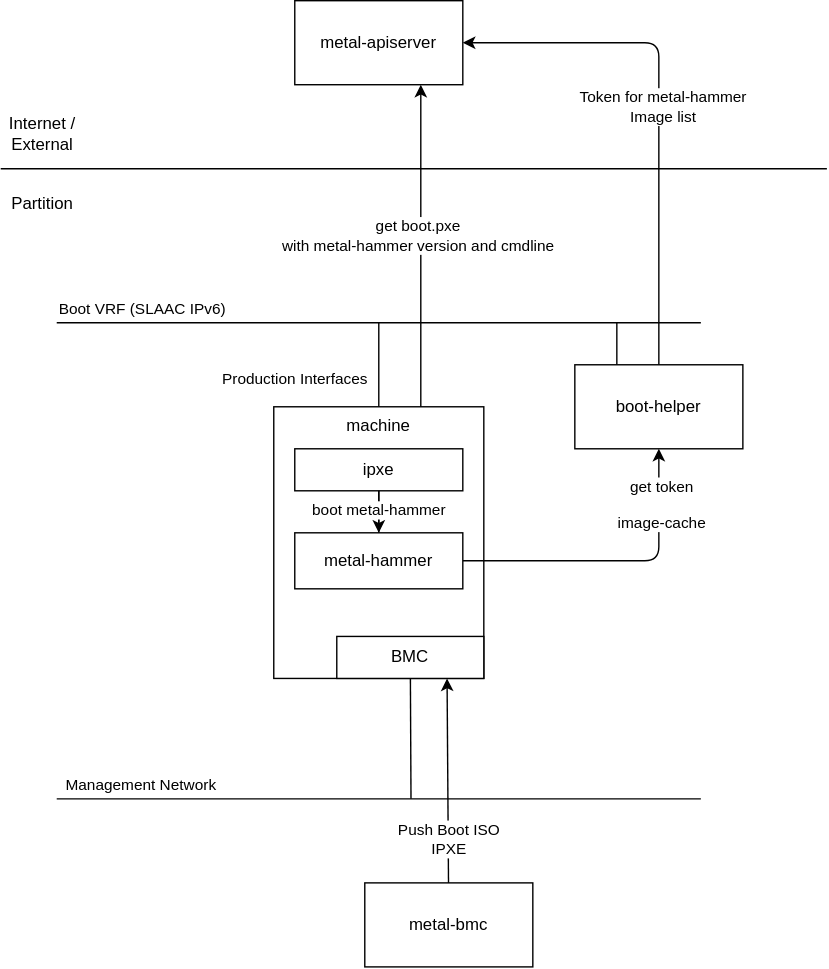
The draw.io diagram community/04-Proposals/MEP20/layer-3-logical.drawio.svg in metal-stack/website, before a commit. Source tidied: cells renumbered, new cells last; positions are measured from the earlier drawing's top-left corner, leaving out a move shared by most shapes. Source of this version:
```xml
<mxGraphModel>
  <root>
    <mxCell id="0" />
    <mxCell id="1" parent="0" />
    <mxCell id="2" style="endArrow=none;html=1;" parent="1" edge="1">
      <mxGeometry relative="1" as="geometry">
        <mxPoint y="120" as="sourcePoint" />
        <mxPoint x="590" y="120" as="targetPoint" />
      </mxGeometry>
    </mxCell>
    <mxCell id="3" value="metal-apiserver" style="rounded=0;whiteSpace=wrap;html=1;" parent="1" vertex="1">
      <mxGeometry x="210" width="120" height="60" as="geometry" />
    </mxCell>
    <mxCell id="4" value="Internet / External" style="text;html=1;align=center;verticalAlign=middle;whiteSpace=wrap;rounded=0;" parent="1" vertex="1">
      <mxGeometry y="80" width="60" height="30" as="geometry" />
    </mxCell>
    <mxCell id="5" value="Partition" style="text;html=1;align=center;verticalAlign=middle;whiteSpace=wrap;rounded=0;" parent="1" vertex="1">
      <mxGeometry y="130" width="60" height="30" as="geometry" />
    </mxCell>
    <mxCell id="6" style="endArrow=none;html=1;" parent="1" edge="1">
      <mxGeometry relative="1" as="geometry">
        <mxPoint x="40" y="230" as="sourcePoint" />
        <mxPoint x="500" y="230" as="targetPoint" />
      </mxGeometry>
    </mxCell>
    <mxCell id="7" value="Boot VRF (SLAAC IPv6)" style="edgeLabel;html=1;align=center;verticalAlign=middle;" parent="6" vertex="1">
      <mxGeometry x="-0.94" y="-1" relative="1" as="geometry">
        <mxPoint x="47" y="-11" as="offset" />
      </mxGeometry>
    </mxCell>
    <mxCell id="8" style="endArrow=none;html=1;" parent="1" edge="1">
      <mxGeometry relative="1" as="geometry">
        <mxPoint x="40" y="570" as="sourcePoint" />
        <mxPoint x="500" y="570" as="targetPoint" />
      </mxGeometry>
    </mxCell>
    <mxCell id="9" value="Management Network" style="edgeLabel;html=1;align=center;verticalAlign=middle;" parent="8" vertex="1">
      <mxGeometry x="-0.78" y="1" relative="1" as="geometry">
        <mxPoint x="10" y="-9" as="offset" />
      </mxGeometry>
    </mxCell>
    <mxCell id="10" style="edgeStyle=none;html=1;entryX=0.75;entryY=1;entryDx=0;entryDy=0;" parent="1" edge="1" source="12" target="23">
      <mxGeometry relative="1" as="geometry" />
    </mxCell>
    <mxCell id="11" value="Push Boot ISO&lt;div&gt;IPXE&lt;/div&gt;" style="edgeLabel;html=1;align=center;verticalAlign=middle;" parent="10" vertex="1">
      <mxGeometry x="-0.56" relative="1" as="geometry" />
    </mxCell>
    <mxCell id="12" value="metal-bmc" style="rounded=0;whiteSpace=wrap;html=1;" parent="1" vertex="1">
      <mxGeometry x="260" y="630" width="120" height="60" as="geometry" />
    </mxCell>
    <mxCell id="13" style="edgeStyle=none;html=1;entryX=1;entryY=0.5;entryDx=0;entryDy=0;" parent="1" edge="1" source="16" target="3">
      <mxGeometry relative="1" as="geometry">
        <Array as="points">
          <mxPoint x="470" y="30" />
        </Array>
      </mxGeometry>
    </mxCell>
    <mxCell id="14" value="Token for metal-hammer&lt;div&gt;Image list&lt;/div&gt;" style="edgeLabel;html=1;align=center;verticalAlign=middle;" parent="13" vertex="1">
      <mxGeometry x="-0.01" y="-3" relative="1" as="geometry" />
    </mxCell>
    <mxCell id="15" style="edgeStyle=none;html=1;exitX=0.25;exitY=0;exitDx=0;exitDy=0;endArrow=none;endFill=0;" parent="1" edge="1" source="16">
      <mxGeometry relative="1" as="geometry">
        <mxPoint x="440" y="230" as="targetPoint" />
      </mxGeometry>
    </mxCell>
    <mxCell id="16" value="boot-helper" style="rounded=0;whiteSpace=wrap;html=1;" parent="1" vertex="1">
      <mxGeometry x="410" y="260" width="120" height="60" as="geometry" />
    </mxCell>
    <mxCell id="17" style="edgeStyle=none;html=1;exitX=0.75;exitY=0;exitDx=0;exitDy=0;entryX=0.75;entryY=1;entryDx=0;entryDy=0;" parent="1" edge="1" source="25" target="3">
      <mxGeometry relative="1" as="geometry" />
    </mxCell>
    <mxCell id="18" value="get boot.pxe&lt;div&gt;with metal-hammer version and cmdline&lt;/div&gt;" style="edgeLabel;html=1;align=center;verticalAlign=middle;" parent="17" vertex="1">
      <mxGeometry x="0.17" y="2" relative="1" as="geometry">
        <mxPoint y="-1" as="offset" />
      </mxGeometry>
    </mxCell>
    <mxCell id="19" style="edgeStyle=none;html=1;endArrow=none;endFill=0;" parent="1" edge="1" source="21">
      <mxGeometry relative="1" as="geometry">
        <mxPoint x="270" y="230" as="targetPoint" />
      </mxGeometry>
    </mxCell>
    <mxCell id="20" value="Production Interfaces" style="edgeLabel;html=1;align=center;verticalAlign=middle;" parent="19" vertex="1">
      <mxGeometry x="-0.46" relative="1" as="geometry">
        <mxPoint x="-60" y="-4" as="offset" />
      </mxGeometry>
    </mxCell>
    <mxCell id="21" value="machine" style="rounded=0;whiteSpace=wrap;html=1;verticalAlign=top;" parent="1" vertex="1">
      <mxGeometry x="195" y="290" width="150" height="194" as="geometry" />
    </mxCell>
    <mxCell id="22" style="edgeStyle=none;html=1;endArrow=none;endFill=0;" parent="1" edge="1" source="23">
      <mxGeometry relative="1" as="geometry">
        <mxPoint x="293" y="570" as="targetPoint" />
      </mxGeometry>
    </mxCell>
    <mxCell id="23" value="BMC" style="rounded=0;whiteSpace=wrap;html=1;" parent="1" vertex="1">
      <mxGeometry x="240" y="454" width="105" height="30" as="geometry" />
    </mxCell>
    <mxCell id="24" style="edgeStyle=none;html=1;" parent="1" edge="1" source="25" target="30">
      <mxGeometry relative="1" as="geometry" />
    </mxCell>
    <mxCell id="25" value="ipxe" style="rounded=0;whiteSpace=wrap;html=1;" parent="1" vertex="1">
      <mxGeometry x="210" y="320" width="120" height="30" as="geometry" />
    </mxCell>
    <mxCell id="26" style="edgeStyle=none;html=1;endArrow=none;endFill=0;" parent="1" edge="1" source="30" target="25">
      <mxGeometry relative="1" as="geometry" />
    </mxCell>
    <mxCell id="27" value="boot metal-hammer" style="edgeLabel;html=1;align=center;verticalAlign=middle;" parent="26" vertex="1">
      <mxGeometry x="0.13" relative="1" as="geometry" />
    </mxCell>
    <mxCell id="28" style="edgeStyle=none;html=1;entryX=0.5;entryY=1;entryDx=0;entryDy=0;" parent="1" edge="1" source="30" target="16">
      <mxGeometry relative="1" as="geometry">
        <Array as="points">
          <mxPoint x="470" y="400" />
        </Array>
      </mxGeometry>
    </mxCell>
    <mxCell id="29" value="get token&lt;div&gt;&lt;br&gt;&lt;/div&gt;&lt;div&gt;image-cache&lt;/div&gt;" style="edgeLabel;html=1;align=center;verticalAlign=middle;" parent="28" vertex="1">
      <mxGeometry x="0.65" y="-2" relative="1" as="geometry" />
    </mxCell>
    <mxCell id="30" value="metal-hammer" style="rounded=0;whiteSpace=wrap;html=1;" parent="1" vertex="1">
      <mxGeometry x="210" y="380" width="120" height="40" as="geometry" />
    </mxCell>
  </root>
</mxGraphModel>
```
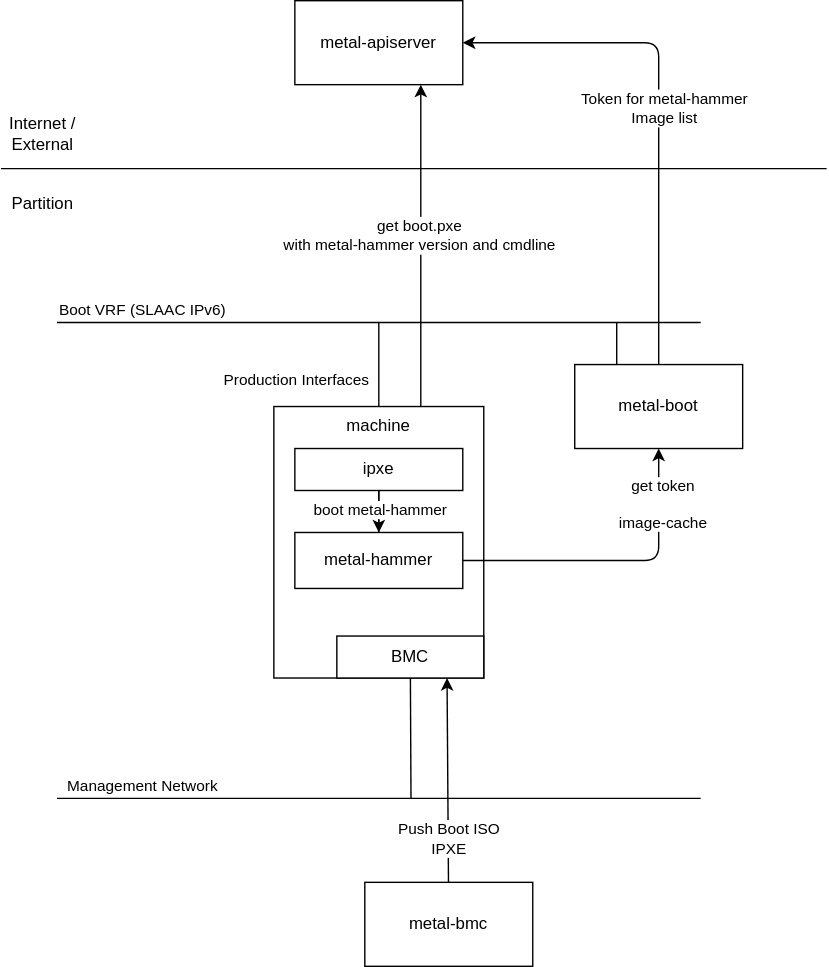
Later version of the same file.

Commit message:
rename boot-helper to metal-boot

Change to the diagram source:
```diff
@@ -63,7 +63,7 @@
         <mxPoint x="440" y="230" as="targetPoint" />
       </mxGeometry>
     </mxCell>
-    <mxCell id="16" value="boot-helper" style="rounded=0;whiteSpace=wrap;html=1;" parent="1" vertex="1">
+    <mxCell id="16" value="metal-boot" style="rounded=0;whiteSpace=wrap;html=1;" parent="1" vertex="1">
       <mxGeometry x="410" y="260" width="120" height="60" as="geometry" />
     </mxCell>
     <mxCell id="17" style="edgeStyle=none;html=1;exitX=0.75;exitY=0;exitDx=0;exitDy=0;entryX=0.75;entryY=1;entryDx=0;entryDy=0;" parent="1" edge="1" source="25" target="3">
```
